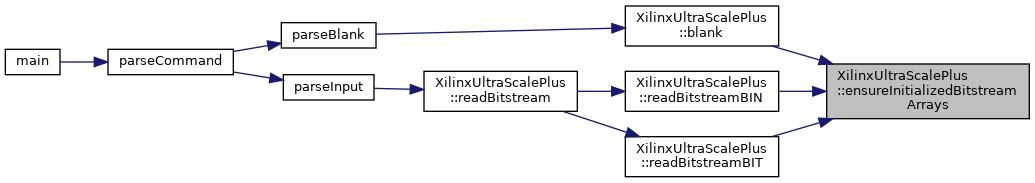
Before: classXilinxUltraScalePlus_a8dcdd76d3e0d12a68a8b5dfdbee74ce2_icgraph.png, a diagram exported from Graphviz (FPGA-Research-Manchester/byteman). Its source is kept beside it as classXilinxUltraScalePlus_a8dcdd76d3e0d12a68a8b5dfdbee74ce2_icgraph.dot. Its diagram source:
```dot
digraph "XilinxUltraScalePlus::ensureInitializedBitstreamArrays"
{
  edge [fontname="Helvetica",fontsize="10",labelfontname="Helvetica",labelfontsize="10"];
  node [fontname="Helvetica",fontsize="10",shape=record];
  rankdir="RL";
  Node1 [label="XilinxUltraScalePlus\l::ensureInitializedBitstream\lArrays",height=0.2,width=0.4,color="black", fillcolor="grey75", style="filled", fontcolor="black",tooltip=" "];
  Node1 -> Node2 [dir="back",color="midnightblue",fontsize="10",style="solid",fontname="Helvetica"];
  Node2 [label="XilinxUltraScalePlus\l::blank",height=0.2,width=0.4,color="black", fillcolor="white", style="filled",URL="$classXilinxUltraScalePlus.html#a15434be327a556f42ae679ad8715f876",tooltip=" "];
  Node2 -> Node3 [dir="back",color="midnightblue",fontsize="10",style="solid",fontname="Helvetica"];
  Node3 [label="parseBlank",height=0.2,width=0.4,color="black", fillcolor="white", style="filled",URL="$byteman_8cpp.html#a51215e0def41bcc5f36f859b140a165f",tooltip=" "];
  Node3 -> Node4 [dir="back",color="midnightblue",fontsize="10",style="solid",fontname="Helvetica"];
  Node4 [label="parseCommand",height=0.2,width=0.4,color="black", fillcolor="white", style="filled",URL="$byteman_8cpp.html#a913ad3944130fafece24fe460db9b6aa",tooltip=" "];
  Node4 -> Node5 [dir="back",color="midnightblue",fontsize="10",style="solid",fontname="Helvetica"];
  Node5 [label="main",height=0.2,width=0.4,color="black", fillcolor="white", style="filled",URL="$byteman_8cpp.html#a0ddf1224851353fc92bfbff6f499fa97",tooltip=" "];
  Node1 -> Node6 [dir="back",color="midnightblue",fontsize="10",style="solid",fontname="Helvetica"];
  Node6 [label="XilinxUltraScalePlus\l::readBitstreamBIN",height=0.2,width=0.4,color="black", fillcolor="white", style="filled",URL="$classXilinxUltraScalePlus.html#ae197b2b5b423cd1be99409c70f51bc37",tooltip=" "];
  Node6 -> Node7 [dir="back",color="midnightblue",fontsize="10",style="solid",fontname="Helvetica"];
  Node7 [label="XilinxUltraScalePlus\l::readBitstream",height=0.2,width=0.4,color="black", fillcolor="white", style="filled",URL="$classXilinxUltraScalePlus.html#a0e5d08a2e5c37a29a1a04d50b48739d2",tooltip=" "];
  Node7 -> Node8 [dir="back",color="midnightblue",fontsize="10",style="solid",fontname="Helvetica"];
  Node8 [label="parseInput",height=0.2,width=0.4,color="black", fillcolor="white", style="filled",URL="$byteman_8cpp.html#a4dbd88e4909b2f0429f9d0b2fc2608bb",tooltip=" "];
  Node8 -> Node4 [dir="back",color="midnightblue",fontsize="10",style="solid",fontname="Helvetica"];
  Node1 -> Node9 [dir="back",color="midnightblue",fontsize="10",style="solid",fontname="Helvetica"];
  Node9 [label="XilinxUltraScalePlus\l::readBitstreamBIT",height=0.2,width=0.4,color="black", fillcolor="white", style="filled",URL="$classXilinxUltraScalePlus.html#a62dea738808396d7d520f26d8e5594d2",tooltip=" "];
  Node9 -> Node7 [dir="back",color="midnightblue",fontsize="10",style="solid",fontname="Helvetica"];
}
```
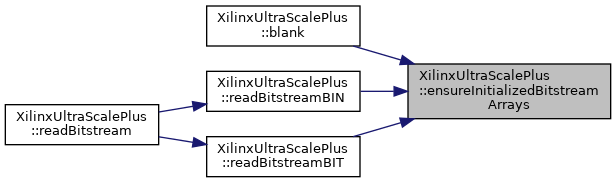
Later version of the same file.

The edit, as a diff of the source:
```diff
@@ -6,20 +6,11 @@
   Node1 [label="XilinxUltraScalePlus\l::ensureInitializedBitstream\lArrays",height=0.2,width=0.4,color="black", fillcolor="grey75", style="filled", fontcolor="black",tooltip=" "];
   Node1 -> Node2 [dir="back",color="midnightblue",fontsize="10",style="solid",fontname="Helvetica"];
   Node2 [label="XilinxUltraScalePlus\l::blank",height=0.2,width=0.4,color="black", fillcolor="white", style="filled",URL="$classXilinxUltraScalePlus.html#a15434be327a556f42ae679ad8715f876",tooltip=" "];
-  Node2 -> Node3 [dir="back",color="midnightblue",fontsize="10",style="solid",fontname="Helvetica"];
-  Node3 [label="parseBlank",height=0.2,width=0.4,color="black", fillcolor="white", style="filled",URL="$byteman_8cpp.html#a51215e0def41bcc5f36f859b140a165f",tooltip=" "];
+  Node1 -> Node3 [dir="back",color="midnightblue",fontsize="10",style="solid",fontname="Helvetica"];
+  Node3 [label="XilinxUltraScalePlus\l::readBitstreamBIN",height=0.2,width=0.4,color="black", fillcolor="white", style="filled",URL="$classXilinxUltraScalePlus.html#ae197b2b5b423cd1be99409c70f51bc37",tooltip=" "];
   Node3 -> Node4 [dir="back",color="midnightblue",fontsize="10",style="solid",fontname="Helvetica"];
-  Node4 [label="parseCommand",height=0.2,width=0.4,color="black", fillcolor="white", style="filled",URL="$byteman_8cpp.html#a913ad3944130fafece24fe460db9b6aa",tooltip=" "];
-  Node4 -> Node5 [dir="back",color="midnightblue",fontsize="10",style="solid",fontname="Helvetica"];
-  Node5 [label="main",height=0.2,width=0.4,color="black", fillcolor="white", style="filled",URL="$byteman_8cpp.html#a0ddf1224851353fc92bfbff6f499fa97",tooltip=" "];
-  Node1 -> Node6 [dir="back",color="midnightblue",fontsize="10",style="solid",fontname="Helvetica"];
-  Node6 [label="XilinxUltraScalePlus\l::readBitstreamBIN",height=0.2,width=0.4,color="black", fillcolor="white", style="filled",URL="$classXilinxUltraScalePlus.html#ae197b2b5b423cd1be99409c70f51bc37",tooltip=" "];
-  Node6 -> Node7 [dir="back",color="midnightblue",fontsize="10",style="solid",fontname="Helvetica"];
-  Node7 [label="XilinxUltraScalePlus\l::readBitstream",height=0.2,width=0.4,color="black", fillcolor="white", style="filled",URL="$classXilinxUltraScalePlus.html#a0e5d08a2e5c37a29a1a04d50b48739d2",tooltip=" "];
-  Node7 -> Node8 [dir="back",color="midnightblue",fontsize="10",style="solid",fontname="Helvetica"];
-  Node8 [label="parseInput",height=0.2,width=0.4,color="black", fillcolor="white", style="filled",URL="$byteman_8cpp.html#a4dbd88e4909b2f0429f9d0b2fc2608bb",tooltip=" "];
-  Node8 -> Node4 [dir="back",color="midnightblue",fontsize="10",style="solid",fontname="Helvetica"];
-  Node1 -> Node9 [dir="back",color="midnightblue",fontsize="10",style="solid",fontname="Helvetica"];
-  Node9 [label="XilinxUltraScalePlus\l::readBitstreamBIT",height=0.2,width=0.4,color="black", fillcolor="white", style="filled",URL="$classXilinxUltraScalePlus.html#a62dea738808396d7d520f26d8e5594d2",tooltip=" "];
-  Node9 -> Node7 [dir="back",color="midnightblue",fontsize="10",style="solid",fontname="Helvetica"];
+  Node4 [label="XilinxUltraScalePlus\l::readBitstream",height=0.2,width=0.4,color="black", fillcolor="white", style="filled",URL="$classXilinxUltraScalePlus.html#a0e5d08a2e5c37a29a1a04d50b48739d2",tooltip=" "];
+  Node1 -> Node5 [dir="back",color="midnightblue",fontsize="10",style="solid",fontname="Helvetica"];
+  Node5 [label="XilinxUltraScalePlus\l::readBitstreamBIT",height=0.2,width=0.4,color="black", fillcolor="white", style="filled",URL="$classXilinxUltraScalePlus.html#a62dea738808396d7d520f26d8e5594d2",tooltip=" "];
+  Node5 -> Node4 [dir="back",color="midnightblue",fontsize="10",style="solid",fontname="Helvetica"];
 }
```
